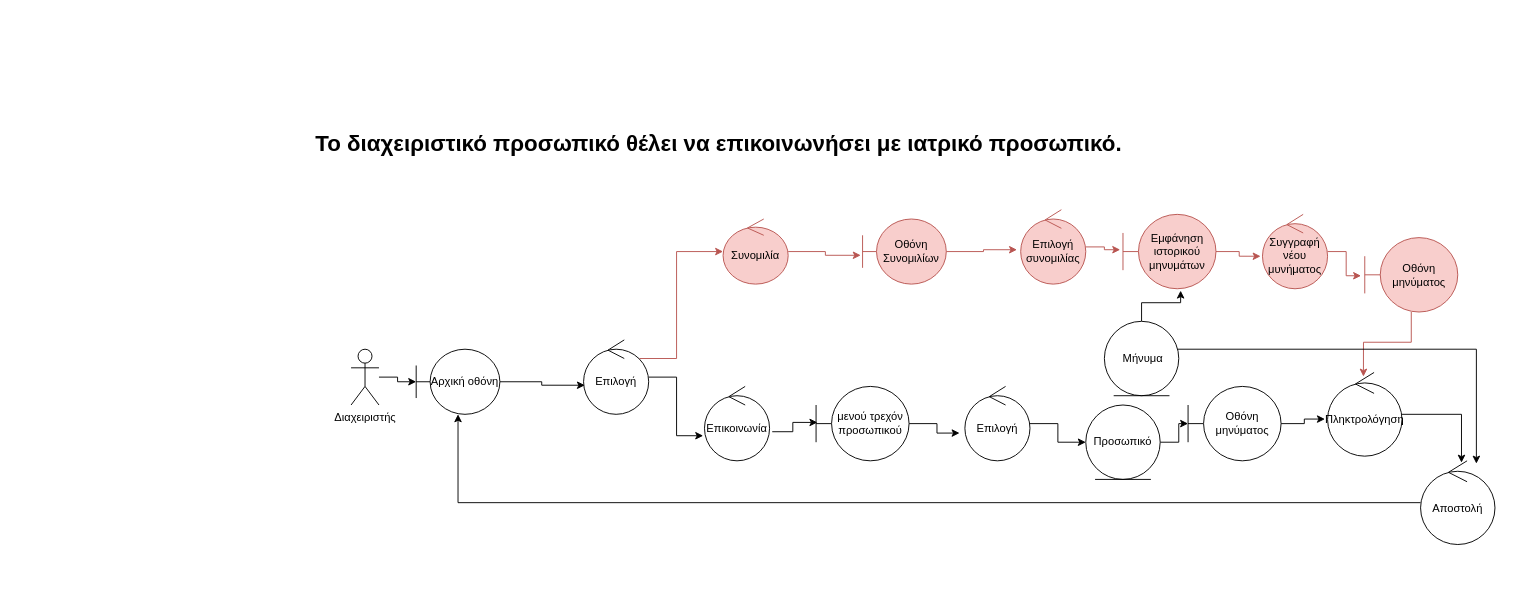
Before: 3η Παραδοση/spyros_robustness/r_epikinonia.drawio in PMamasoulas/SoftwareEngineeringProject, a draw.io diagram. Source tidied: cells renumbered, new cells numbered last; positions are measured from the earlier drawing's top-left corner, leaving out a move shared by most shapes. Both pictures are drawn from the tidied source at 93%, with x=0, y=0 at pixel (16, 126).
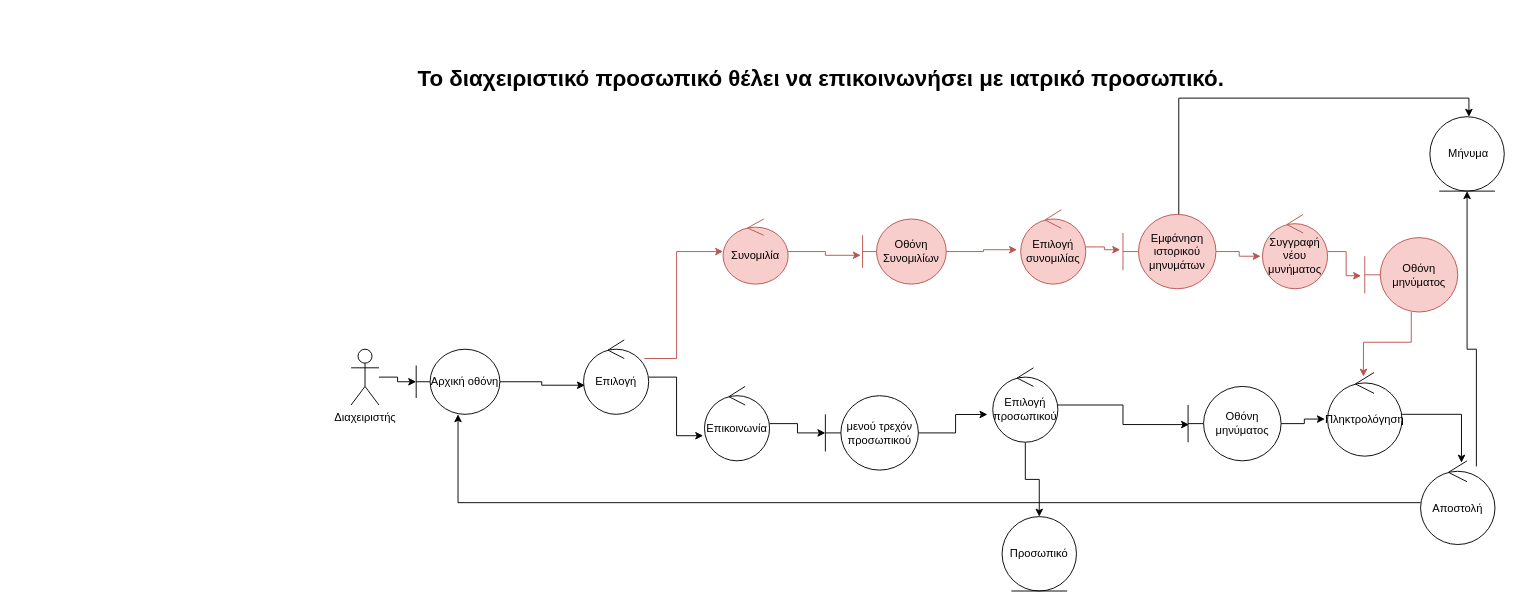
The same page after the edit.

The change refers to these unchanged cells:
```xml
<mxCell id="9" value="Επιλογή" style="ellipse;shape=umlControl;whiteSpace=wrap;html=1;" parent="1" vertex="1">
  <mxGeometry x="610" y="230" width="70" height="80" as="geometry" />
</mxCell>
<mxCell id="11" value="Επικοινωνία" style="ellipse;shape=umlControl;whiteSpace=wrap;html=1;" parent="1" vertex="1">
  <mxGeometry x="740" y="280" width="70" height="80" as="geometry" />
</mxCell>
<mxCell id="19" value="Οθόνη μηνύματος" style="shape=umlBoundary;whiteSpace=wrap;html=1;fontFamily=Helvetica;fontSize=12;fontColor=#000000;align=center;strokeColor=#000000;fillColor=#ffffff;" parent="1" vertex="1">
  <mxGeometry x="1260" y="280" width="100" height="80" as="geometry" />
</mxCell>
<mxCell id="23" value="Αποστολή" style="ellipse;shape=umlControl;whiteSpace=wrap;html=1;" parent="1" vertex="1">
  <mxGeometry x="1510" y="360" width="80" height="90" as="geometry" />
</mxCell>
<mxCell id="26" value="Συνομιλία" style="ellipse;shape=umlControl;whiteSpace=wrap;html=1;fontFamily=Helvetica;fontSize=12;fontColor=#000000;align=center;strokeColor=#b85450;fillColor=#f8cecc;" parent="1" vertex="1">
  <mxGeometry x="760" y="100" width="70" height="70" as="geometry" />
</mxCell>
<mxCell id="32" value="Εμφάνηση ιστορικού μηνυμάτων" style="shape=umlBoundary;whiteSpace=wrap;html=1;fillColor=#f8cecc;strokeColor=#b85450;" parent="1" vertex="1">
  <mxGeometry x="1190" y="95" width="100" height="80" as="geometry" />
</mxCell>
```

Diff of the diagram source:
```diff
@@
     <mxCell id="2" value="&lt;br/&gt;&lt;pre class=&quot;western&quot; lang=&quot;el-GR&quot;&gt;&lt;font face=&quot;Bahnschrift, sans-serif&quot;&gt;&lt;b&gt;Το διαχειριστικό προσωπικό θέλει να επικοινωνήσει με ιατρικό προσωπικό.&lt;/b&gt;&lt;/font&gt;&lt;/pre&gt;&lt;br/&gt;" style="text;strokeColor=none;fillColor=none;html=1;fontSize=24;fontStyle=1;verticalAlign=middle;align=center;" parent="1" vertex="1">
-      <mxGeometry width="1510" height="40" as="geometry" />
+      <mxGeometry x="110" y="-70" width="1510" height="40" as="geometry" />
     </mxCell>
@@
-    <mxCell id="8" style="edgeStyle=orthogonalEdgeStyle;rounded=0;jettySize=auto;html=1;entryX=0;entryY=0.5;entryDx=0;entryDy=0;fillColor=#f8cecc;strokeColor=#b85450;" parent="1" edge="1" target="26">
+    <mxCell id="8" style="edgeStyle=orthogonalEdgeStyle;rounded=0;jettySize=auto;html=1;entryX=0;entryY=0.5;entryDx=0;entryDy=0;fillColor=#f8cecc;strokeColor=#b85450;" parent="1" edge="1" source="9" target="26">
       <mxGeometry relative="1" as="geometry">
-        <mxPoint x="670" y="250" as="sourcePoint" />
         <Array as="points">
           <mxPoint x="710" y="250" />
           <mxPoint x="710" y="135" />
         </Array>
       </mxGeometry>
     </mxCell>
@@
-    <mxCell id="10" style="edgeStyle=orthogonalEdgeStyle;rounded=0;jettySize=auto;html=1;entryX=0.014;entryY=0.484;entryDx=0;entryDy=0;exitX=1.041;exitY=0.609;exitDx=0;exitDy=0;exitPerimeter=0;entryPerimeter=0;" parent="1" edge="1" source="11" target="13">
+    <mxCell id="10" style="edgeStyle=orthogonalEdgeStyle;rounded=0;jettySize=auto;html=1;" parent="1" edge="1" source="11" target="13">
       <mxGeometry relative="1" as="geometry" />
     </mxCell>
@@
     <mxCell id="13" value="μενού τρεχόν προσωπικού" style="shape=umlBoundary;whiteSpace=wrap;html=1;" parent="1" vertex="1">
-      <mxGeometry x="860" y="280" width="100" height="80" as="geometry" />
+      <mxGeometry x="870" y="290" width="100" height="80" as="geometry" />
     </mxCell>
+    <mxCell id="39" style="edgeStyle=orthogonalEdgeStyle;rounded=0;jettySize=auto;html=1;entryX=0.01;entryY=0.513;entryDx=0;entryDy=0;entryPerimeter=0;" parent="1" edge="1" source="15" target="19">
+      <mxGeometry relative="1" as="geometry" />
+    </mxCell>
-    <mxCell id="14" style="edgeStyle=orthogonalEdgeStyle;rounded=0;jettySize=auto;html=1;entryX=0;entryY=0.5;entryDx=0;entryDy=0;" parent="1" edge="1" source="15" target="17">
+    <mxCell id="14" style="edgeStyle=orthogonalEdgeStyle;rounded=0;jettySize=auto;html=1;entryX=0.5;entryY=0;entryDx=0;entryDy=0;" parent="1" edge="1" source="15" target="17">
       <mxGeometry relative="1" as="geometry" />
     </mxCell>
-    <mxCell id="15" value="Επιλογή" style="ellipse;shape=umlControl;whiteSpace=wrap;html=1;" parent="1" vertex="1">
-      <mxGeometry x="1020" y="280" width="70" height="80" as="geometry" />
+    <mxCell id="15" value="Επιλογή προσωπικού" style="ellipse;shape=umlControl;whiteSpace=wrap;html=1;" parent="1" vertex="1">
+      <mxGeometry x="1050" y="260" width="70" height="80" as="geometry" />
     </mxCell>
-    <mxCell id="16" style="edgeStyle=orthogonalEdgeStyle;rounded=0;jettySize=auto;html=1;entryX=0;entryY=0.5;entryDx=0;entryDy=0;" parent="1" edge="1" source="17" target="19">
-      <mxGeometry relative="1" as="geometry" />
-    </mxCell>
     <mxCell id="17" value="Προσωπικό" style="ellipse;shape=umlEntity;whiteSpace=wrap;html=1;" parent="1" vertex="1">
-      <mxGeometry x="1150" y="300" width="80" height="80" as="geometry" />
+      <mxGeometry x="1060" y="420" width="80" height="80" as="geometry" />
     </mxCell>
@@
+    <mxCell id="40" style="edgeStyle=orthogonalEdgeStyle;rounded=0;jettySize=auto;html=1;" parent="1" edge="1" source="23" target="37">
+      <mxGeometry relative="1" as="geometry">
+        <Array as="points">
+          <mxPoint x="1570" y="240" />
+          <mxPoint x="1560" y="240" />
+        </Array>
+      </mxGeometry>
+    </mxCell>
@@
+    <mxCell id="41" style="edgeStyle=orthogonalEdgeStyle;rounded=0;jettySize=auto;html=1;" parent="1" edge="1" source="32" target="37">
+      <mxGeometry relative="1" as="geometry">
+        <Array as="points">
+          <mxPoint x="1250" y="-30" />
+          <mxPoint x="1562" y="-30" />
+        </Array>
+      </mxGeometry>
+    </mxCell>
@@
-    <mxCell id="35" style="edgeStyle=orthogonalEdgeStyle;rounded=0;jettySize=auto;html=1;entryX=0.62;entryY=1.025;entryDx=0;entryDy=0;entryPerimeter=0;" parent="1" edge="1" source="37" target="32">
-      <mxGeometry relative="1" as="geometry" />
-    </mxCell>
-    <mxCell id="36" style="edgeStyle=orthogonalEdgeStyle;rounded=0;jettySize=auto;html=1;" parent="1" edge="1" source="37">
-      <mxGeometry relative="1" as="geometry">
-        <mxPoint x="1570" y="363" as="targetPoint" />
-        <Array as="points">
-          <mxPoint x="1570" y="240" />
-          <mxPoint x="1570" y="363" />
-        </Array>
-      </mxGeometry>
-    </mxCell>
     <mxCell id="37" value="&amp;nbsp;Μήνυμα" style="ellipse;shape=umlEntity;whiteSpace=wrap;html=1;fontFamily=Helvetica;fontSize=12;fontColor=#000000;align=center;strokeColor=#000000;fillColor=#ffffff;" parent="1" vertex="1">
-      <mxGeometry x="1170" y="210" width="80" height="80" as="geometry" />
+      <mxGeometry x="1520" y="-10" width="80" height="80" as="geometry" />
     </mxCell>
```
